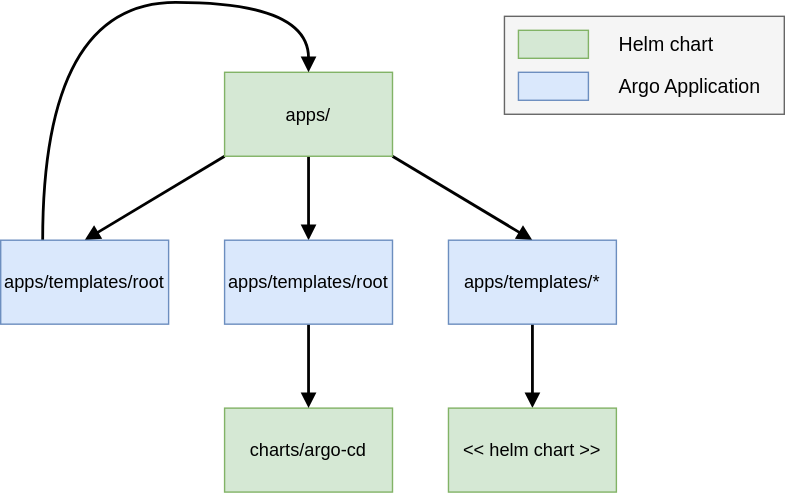
This is docs/assets/repo_structure.svg from BadLiveware/kubernetes-gitops, a draw.io export, as it was before one commit. Source tidied: cells renumbered, new cells last; positions are measured from the earlier drawing's top-left corner, leaving out a move shared by most shapes. The source it was exported from:
```xml
<mxGraphModel>
  <root>
    <mxCell id="0" />
    <mxCell id="1" parent="0" />
    <mxCell id="2" value="charts/argo-cd" style="whiteSpace=wrap;html=1;align=center;fillColor=#d5e8d4;strokeColor=#82b366;fontSize=13;" parent="1" vertex="1">
      <mxGeometry x="160" y="290" width="120" height="60" as="geometry" />
    </mxCell>
    <mxCell id="3" style="rounded=0;jettySize=auto;html=1;entryX=0.5;entryY=0;entryDx=0;entryDy=0;endArrow=block;endFill=1;strokeWidth=2;fontSize=14;exitX=0;exitY=1;exitDx=0;exitDy=0;" parent="1" edge="1" source="6" target="8">
      <mxGeometry relative="1" as="geometry" />
    </mxCell>
    <mxCell id="4" style="edgeStyle=none;rounded=0;jettySize=auto;html=1;exitX=0.5;exitY=1;exitDx=0;exitDy=0;entryX=0.5;entryY=0;entryDx=0;entryDy=0;endArrow=block;endFill=1;strokeWidth=2;fontSize=14;" parent="1" edge="1" source="6" target="10">
      <mxGeometry relative="1" as="geometry" />
    </mxCell>
    <mxCell id="5" style="edgeStyle=none;rounded=0;jettySize=auto;html=1;exitX=1;exitY=1;exitDx=0;exitDy=0;entryX=0.5;entryY=0;entryDx=0;entryDy=0;endArrow=block;endFill=1;strokeWidth=2;fontSize=14;" parent="1" edge="1" source="6" target="12">
      <mxGeometry relative="1" as="geometry" />
    </mxCell>
    <mxCell id="6" value="apps/" style="whiteSpace=wrap;html=1;align=center;fillColor=#d5e8d4;strokeColor=#82b366;fontSize=13;" parent="1" vertex="1">
      <mxGeometry x="160" y="50" width="120" height="60" as="geometry" />
    </mxCell>
    <mxCell id="7" style="edgeStyle=orthogonalEdgeStyle;rounded=0;jettySize=auto;html=1;entryX=0.5;entryY=0;entryDx=0;entryDy=0;endArrow=block;endFill=1;strokeWidth=2;fontSize=14;curved=1;exitX=0.25;exitY=0;exitDx=0;exitDy=0;" parent="1" edge="1" source="8" target="6">
      <mxGeometry relative="1" as="geometry">
        <Array as="points">
          <mxPoint x="30" />
          <mxPoint x="220" />
        </Array>
      </mxGeometry>
    </mxCell>
    <mxCell id="8" value="apps/templates/root" style="whiteSpace=wrap;html=1;align=center;fillColor=#dae8fc;strokeColor=#6c8ebf;fontStyle=0;fontSize=13;" parent="1" vertex="1">
      <mxGeometry y="170" width="120" height="60" as="geometry" />
    </mxCell>
    <mxCell id="9" style="edgeStyle=none;rounded=0;jettySize=auto;html=1;exitX=0.5;exitY=1;exitDx=0;exitDy=0;entryX=0.5;entryY=0;entryDx=0;entryDy=0;endArrow=block;endFill=1;strokeWidth=2;fontSize=14;" parent="1" edge="1" source="10" target="2">
      <mxGeometry relative="1" as="geometry" />
    </mxCell>
    <mxCell id="10" value="apps/templates/root" style="whiteSpace=wrap;html=1;align=center;fillColor=#dae8fc;strokeColor=#6c8ebf;fontSize=13;" parent="1" vertex="1">
      <mxGeometry x="160" y="170" width="120" height="60" as="geometry" />
    </mxCell>
    <mxCell id="11" style="edgeStyle=none;rounded=0;jettySize=auto;html=1;exitX=0.5;exitY=1;exitDx=0;exitDy=0;entryX=0.5;entryY=0;entryDx=0;entryDy=0;endArrow=block;endFill=1;strokeWidth=2;fontSize=14;" parent="1" edge="1" source="12" target="13">
      <mxGeometry relative="1" as="geometry" />
    </mxCell>
    <mxCell id="12" value="apps/templates/*" style="whiteSpace=wrap;html=1;align=center;fillColor=#dae8fc;strokeColor=#6c8ebf;fontSize=13;" parent="1" vertex="1">
      <mxGeometry x="320" y="170" width="120" height="60" as="geometry" />
    </mxCell>
    <mxCell id="13" value="&amp;lt;&amp;lt; helm chart &amp;gt;&amp;gt;" style="whiteSpace=wrap;html=1;align=center;fillColor=#d5e8d4;strokeColor=#82b366;fontSize=13;" parent="1" vertex="1">
      <mxGeometry x="320" y="290" width="120" height="60" as="geometry" />
    </mxCell>
    <mxCell id="14" style="whiteSpace=wrap;html=1;strokeColor=#666666;fillColor=#f5f5f5;fontSize=14;fontColor=#333333;" parent="1" vertex="1">
      <mxGeometry x="360" y="10" width="200" height="70" as="geometry" />
    </mxCell>
    <mxCell id="15" style="whiteSpace=wrap;html=1;align=center;fillColor=#d5e8d4;strokeColor=#82b366;" parent="1" vertex="1">
      <mxGeometry x="370" y="20" width="50" height="20" as="geometry" />
    </mxCell>
    <mxCell id="16" value="Helm chart" style="text;html=1;align=left;verticalAlign=middle;fontSize=14;" parent="1" vertex="1">
      <mxGeometry x="440" y="20" width="80" height="20" as="geometry" />
    </mxCell>
    <mxCell id="17" style="whiteSpace=wrap;html=1;align=center;fillColor=#dae8fc;strokeColor=#6c8ebf;" parent="1" vertex="1">
      <mxGeometry x="370" y="50" width="50" height="20" as="geometry" />
    </mxCell>
    <mxCell id="18" value="Argo Application" style="text;html=1;align=left;verticalAlign=middle;fontSize=14;" parent="1" vertex="1">
      <mxGeometry x="440" y="50" width="120" height="20" as="geometry" />
    </mxCell>
  </root>
</mxGraphModel>
```
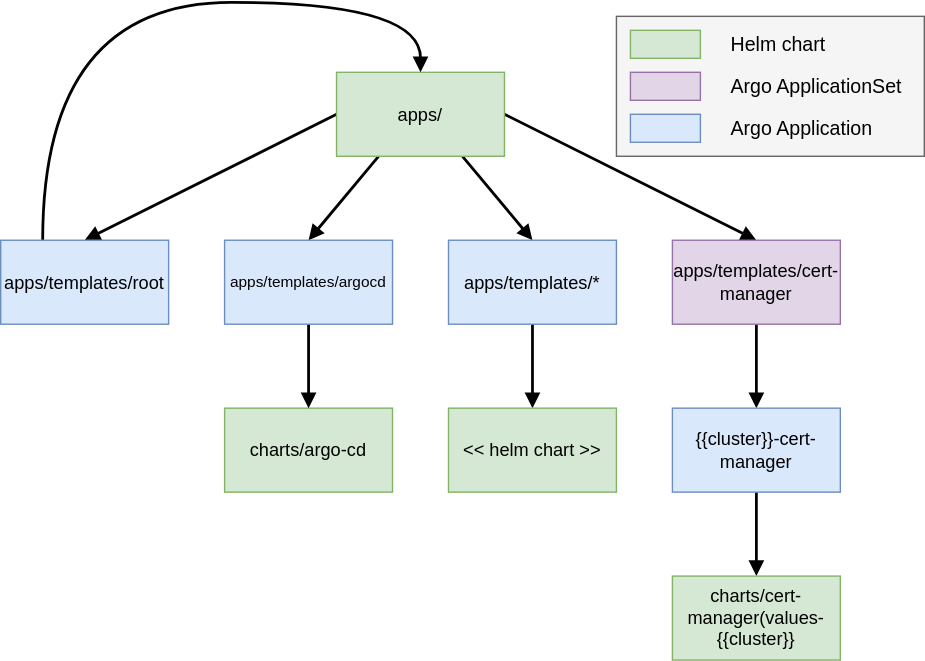
Later version of the same file.

What changed in the source:
```diff
@@ -3,48 +3,51 @@
     <mxCell id="0" />
     <mxCell id="1" parent="0" />
     <mxCell id="2" value="charts/argo-cd" style="whiteSpace=wrap;html=1;align=center;fillColor=#d5e8d4;strokeColor=#82b366;fontSize=13;" parent="1" vertex="1">
-      <mxGeometry x="160" y="290" width="120" height="60" as="geometry" />
+      <mxGeometry x="80" y="290" width="120" height="60" as="geometry" />
     </mxCell>
-    <mxCell id="3" style="rounded=0;jettySize=auto;html=1;entryX=0.5;entryY=0;entryDx=0;entryDy=0;endArrow=block;endFill=1;strokeWidth=2;fontSize=14;exitX=0;exitY=1;exitDx=0;exitDy=0;" parent="1" edge="1" source="6" target="8">
+    <mxCell id="3" style="rounded=0;jettySize=auto;html=1;entryX=0.5;entryY=0;entryDx=0;entryDy=0;endArrow=block;endFill=1;strokeWidth=2;fontSize=14;exitX=0;exitY=0.5;exitDx=0;exitDy=0;" parent="1" edge="1" source="6" target="8">
       <mxGeometry relative="1" as="geometry" />
     </mxCell>
-    <mxCell id="4" style="edgeStyle=none;rounded=0;jettySize=auto;html=1;exitX=0.5;exitY=1;exitDx=0;exitDy=0;entryX=0.5;entryY=0;entryDx=0;entryDy=0;endArrow=block;endFill=1;strokeWidth=2;fontSize=14;" parent="1" edge="1" source="6" target="10">
+    <mxCell id="4" style="edgeStyle=none;rounded=0;jettySize=auto;html=1;exitX=0.25;exitY=1;exitDx=0;exitDy=0;entryX=0.5;entryY=0;entryDx=0;entryDy=0;endArrow=block;endFill=1;strokeWidth=2;fontSize=14;" parent="1" edge="1" source="6" target="10">
       <mxGeometry relative="1" as="geometry" />
     </mxCell>
-    <mxCell id="5" style="edgeStyle=none;rounded=0;jettySize=auto;html=1;exitX=1;exitY=1;exitDx=0;exitDy=0;entryX=0.5;entryY=0;entryDx=0;entryDy=0;endArrow=block;endFill=1;strokeWidth=2;fontSize=14;" parent="1" edge="1" source="6" target="12">
+    <mxCell id="5" style="edgeStyle=none;rounded=0;jettySize=auto;html=1;exitX=0.75;exitY=1;exitDx=0;exitDy=0;entryX=0.5;entryY=0;entryDx=0;entryDy=0;endArrow=block;endFill=1;strokeWidth=2;fontSize=14;" parent="1" edge="1" source="6" target="12">
       <mxGeometry relative="1" as="geometry" />
     </mxCell>
+    <mxCell id="19" style="edgeStyle=none;rounded=0;jettySize=auto;html=1;entryX=0.5;entryY=0;entryDx=0;entryDy=0;endArrow=block;endFill=1;strokeWidth=2;fontSize=14;exitX=1;exitY=0.5;exitDx=0;exitDy=0;" parent="1" edge="1" source="6" target="23">
+      <mxGeometry relative="1" as="geometry" />
+    </mxCell>
     <mxCell id="6" value="apps/" style="whiteSpace=wrap;html=1;align=center;fillColor=#d5e8d4;strokeColor=#82b366;fontSize=13;" parent="1" vertex="1">
       <mxGeometry x="160" y="50" width="120" height="60" as="geometry" />
     </mxCell>
     <mxCell id="7" style="edgeStyle=orthogonalEdgeStyle;rounded=0;jettySize=auto;html=1;entryX=0.5;entryY=0;entryDx=0;entryDy=0;endArrow=block;endFill=1;strokeWidth=2;fontSize=14;curved=1;exitX=0.25;exitY=0;exitDx=0;exitDy=0;" parent="1" edge="1" source="8" target="6">
       <mxGeometry relative="1" as="geometry">
         <Array as="points">
-          <mxPoint x="30" />
+          <mxPoint x="-50" />
           <mxPoint x="220" />
         </Array>
       </mxGeometry>
     </mxCell>
     <mxCell id="8" value="apps/templates/root" style="whiteSpace=wrap;html=1;align=center;fillColor=#dae8fc;strokeColor=#6c8ebf;fontStyle=0;fontSize=13;" parent="1" vertex="1">
-      <mxGeometry y="170" width="120" height="60" as="geometry" />
+      <mxGeometry x="-80" y="170" width="120" height="60" as="geometry" />
     </mxCell>
     <mxCell id="9" style="edgeStyle=none;rounded=0;jettySize=auto;html=1;exitX=0.5;exitY=1;exitDx=0;exitDy=0;entryX=0.5;entryY=0;entryDx=0;entryDy=0;endArrow=block;endFill=1;strokeWidth=2;fontSize=14;" parent="1" edge="1" source="10" target="2">
       <mxGeometry relative="1" as="geometry" />
     </mxCell>
-    <mxCell id="10" value="apps/templates/root" style="whiteSpace=wrap;html=1;align=center;fillColor=#dae8fc;strokeColor=#6c8ebf;fontSize=13;" parent="1" vertex="1">
-      <mxGeometry x="160" y="170" width="120" height="60" as="geometry" />
+    <mxCell id="10" value="apps/templates/argocd" style="whiteSpace=wrap;html=1;align=center;fillColor=#dae8fc;strokeColor=#6c8ebf;fontSize=11;" parent="1" vertex="1">
+      <mxGeometry x="80" y="170" width="120" height="60" as="geometry" />
     </mxCell>
     <mxCell id="11" style="edgeStyle=none;rounded=0;jettySize=auto;html=1;exitX=0.5;exitY=1;exitDx=0;exitDy=0;entryX=0.5;entryY=0;entryDx=0;entryDy=0;endArrow=block;endFill=1;strokeWidth=2;fontSize=14;" parent="1" edge="1" source="12" target="13">
       <mxGeometry relative="1" as="geometry" />
     </mxCell>
     <mxCell id="12" value="apps/templates/*" style="whiteSpace=wrap;html=1;align=center;fillColor=#dae8fc;strokeColor=#6c8ebf;fontSize=13;" parent="1" vertex="1">
-      <mxGeometry x="320" y="170" width="120" height="60" as="geometry" />
+      <mxGeometry x="240" y="170" width="120" height="60" as="geometry" />
     </mxCell>
     <mxCell id="13" value="&amp;lt;&amp;lt; helm chart &amp;gt;&amp;gt;" style="whiteSpace=wrap;html=1;align=center;fillColor=#d5e8d4;strokeColor=#82b366;fontSize=13;" parent="1" vertex="1">
-      <mxGeometry x="320" y="290" width="120" height="60" as="geometry" />
+      <mxGeometry x="240" y="290" width="120" height="60" as="geometry" />
     </mxCell>
     <mxCell id="14" style="whiteSpace=wrap;html=1;strokeColor=#666666;fillColor=#f5f5f5;fontSize=14;fontColor=#333333;" parent="1" vertex="1">
-      <mxGeometry x="360" y="10" width="200" height="70" as="geometry" />
+      <mxGeometry x="360" y="10" width="220" height="100" as="geometry" />
     </mxCell>
     <mxCell id="15" style="whiteSpace=wrap;html=1;align=center;fillColor=#d5e8d4;strokeColor=#82b366;" parent="1" vertex="1">
       <mxGeometry x="370" y="20" width="50" height="20" as="geometry" />
@@ -52,11 +55,32 @@
     <mxCell id="16" value="Helm chart" style="text;html=1;align=left;verticalAlign=middle;fontSize=14;" parent="1" vertex="1">
       <mxGeometry x="440" y="20" width="80" height="20" as="geometry" />
     </mxCell>
-    <mxCell id="17" style="whiteSpace=wrap;html=1;align=center;fillColor=#dae8fc;strokeColor=#6c8ebf;" parent="1" vertex="1">
+    <mxCell id="17" style="whiteSpace=wrap;html=1;align=center;fillColor=#e1d5e7;strokeColor=#9673a6;" parent="1" vertex="1">
       <mxGeometry x="370" y="50" width="50" height="20" as="geometry" />
     </mxCell>
     <mxCell id="18" value="Argo Application" style="text;html=1;align=left;verticalAlign=middle;fontSize=14;" parent="1" vertex="1">
-      <mxGeometry x="440" y="50" width="120" height="20" as="geometry" />
+      <mxGeometry x="440" y="80" width="120" height="20" as="geometry" />
     </mxCell>
+    <mxCell id="20" style="whiteSpace=wrap;html=1;align=center;fillColor=#dae8fc;strokeColor=#6c8ebf;" parent="1" vertex="1">
+      <mxGeometry x="370" y="80" width="50" height="20" as="geometry" />
+    </mxCell>
+    <mxCell id="21" value="Argo ApplicationSet" style="text;html=1;align=left;verticalAlign=middle;fontSize=14;" parent="1" vertex="1">
+      <mxGeometry x="440" y="50" width="140" height="20" as="geometry" />
+    </mxCell>
+    <mxCell id="22" style="edgeStyle=none;rounded=0;jettySize=auto;html=1;entryX=0.5;entryY=0;entryDx=0;entryDy=0;endArrow=block;endFill=1;strokeWidth=2;fontSize=14;" parent="1" edge="1" source="23" target="25">
+      <mxGeometry relative="1" as="geometry" />
+    </mxCell>
+    <mxCell id="23" value="apps/templates/cert-manager" style="whiteSpace=wrap;html=1;align=center;fillColor=#e1d5e7;strokeColor=#9673a6;fontSize=13;" parent="1" vertex="1">
+      <mxGeometry x="400" y="170" width="120" height="60" as="geometry" />
+    </mxCell>
+    <mxCell id="24" style="edgeStyle=none;rounded=0;jettySize=auto;html=1;entryX=0.5;entryY=0;entryDx=0;entryDy=0;endArrow=block;endFill=1;strokeWidth=2;fontSize=14;" parent="1" edge="1" source="25" target="26">
+      <mxGeometry relative="1" as="geometry" />
+    </mxCell>
+    <mxCell id="25" value="{{cluster}}-cert-manager" style="whiteSpace=wrap;html=1;align=center;fillColor=#dae8fc;strokeColor=#6c8ebf;fontSize=13;" parent="1" vertex="1">
+      <mxGeometry x="400" y="290" width="120" height="60" as="geometry" />
+    </mxCell>
+    <mxCell id="26" value="charts/cert-manager(values-{{cluster}}" style="whiteSpace=wrap;html=1;align=center;fillColor=#d5e8d4;strokeColor=#82b366;fontSize=13;" parent="1" vertex="1">
+      <mxGeometry x="400" y="410" width="120" height="60" as="geometry" />
+    </mxCell>
   </root>
 </mxGraphModel>
```
